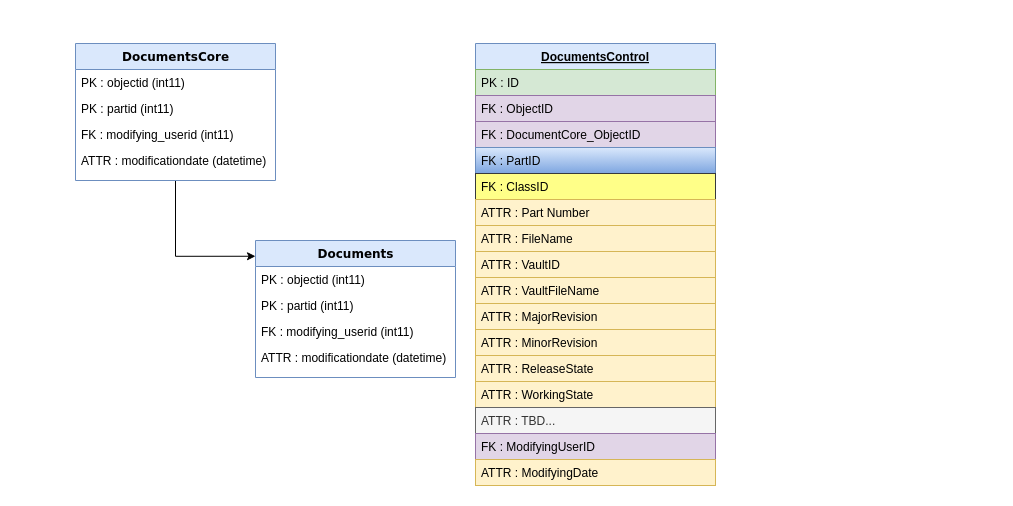
Above: page "Documents" (1 of 3) of DocumentControl.drawio in CatiaWidgets/Drawio (draw.io), before the change. Source tidied: cells renumbered, new cells numbered last; positions are measured from the earlier drawing's top-left corner, leaving out a move shared by most shapes. Both pictures are drawn from the tidied source at 100%, with x=0, y=0 at pixel (75, 43).
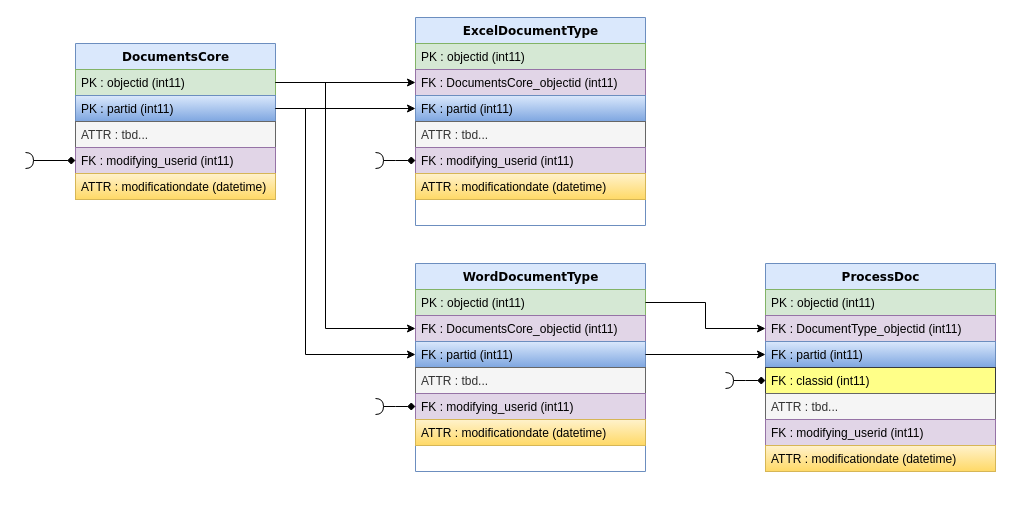
The same page after the edit.

What changed in the source:
```diff
@@
-    <mxCell id="2" style="edgeStyle=orthogonalEdgeStyle;rounded=0;jettySize=auto;html=1;entryX=0;entryY=0.115;entryDx=0;entryDy=0;entryPerimeter=0;" parent="1" edge="1" source="3" target="8">
-      <mxGeometry relative="1" as="geometry" />
-    </mxCell>
     <mxCell id="3" value="DocumentsCore" style="swimlane;html=1;fontStyle=1;align=center;verticalAlign=top;horizontal=1;startSize=26;swimlaneFillColor=#ffffff;rounded=0;shadow=0;comic=0;labelBackgroundColor=none;strokeWidth=1;fillColor=#dae8fc;fontFamily=Verdana;fontSize=12;strokeColor=#6c8ebf;" parent="1" vertex="1">
-      <mxGeometry width="200" height="137" as="geometry" />
+      <mxGeometry width="200" height="156" as="geometry" />
     </mxCell>
-    <mxCell id="4" value="PK : objectid (int11)" style="text;html=1;strokeColor=none;fillColor=none;align=left;verticalAlign=top;spacingLeft=4;spacingRight=4;whiteSpace=wrap;overflow=hidden;points=[[0,0.5],[1,0.5]];portConstraint=eastwest;" parent="3" vertex="1">
+    <mxCell id="4" value="PK : objectid (int11)" style="text;html=1;strokeColor=#82b366;fillColor=#d5e8d4;align=left;verticalAlign=top;spacingLeft=4;spacingRight=4;whiteSpace=wrap;overflow=hidden;points=[[0,0.5],[1,0.5]];portConstraint=eastwest;" parent="3" vertex="1">
       <mxGeometry y="26" width="200" height="26" as="geometry" />
     </mxCell>
-    <mxCell id="5" value="PK : partid (int11)" style="text;html=1;strokeColor=none;fillColor=none;align=left;verticalAlign=top;spacingLeft=4;spacingRight=4;whiteSpace=wrap;overflow=hidden;points=[[0,0.5],[1,0.5]];portConstraint=eastwest;" parent="3" vertex="1">
+    <mxCell id="5" value="PK : partid (int11)" style="text;html=1;strokeColor=#6c8ebf;fillColor=#dae8fc;align=left;verticalAlign=top;spacingLeft=4;spacingRight=4;whiteSpace=wrap;overflow=hidden;points=[[0,0.5],[1,0.5]];portConstraint=eastwest;gradientColor=#7ea6e0;" parent="3" vertex="1">
       <mxGeometry y="52" width="200" height="26" as="geometry" />
     </mxCell>
+    <mxCell id="30" value="ATTR : tbd... " style="text;align=left;verticalAlign=top;spacingLeft=4;spacingRight=4;overflow=hidden;fillColor=#f5f5f5;strokeColor=#666666;fontColor=#333333;" parent="3" vertex="1">
+      <mxGeometry y="78" width="200" height="26" as="geometry" />
+    </mxCell>
-    <mxCell id="6" value="FK : modifying_userid (int11)" style="text;html=1;strokeColor=none;fillColor=none;align=left;verticalAlign=top;spacingLeft=4;spacingRight=4;whiteSpace=wrap;overflow=hidden;points=[[0,0.5],[1,0.5]];portConstraint=eastwest;" parent="3" vertex="1">
-      <mxGeometry y="78" width="200" height="26" as="geometry" />
+    <mxCell id="6" value="FK : modifying_userid (int11)" style="text;html=1;strokeColor=#9673a6;fillColor=#e1d5e7;align=left;verticalAlign=top;spacingLeft=4;spacingRight=4;whiteSpace=wrap;overflow=hidden;points=[[0,0.5],[1,0.5]];portConstraint=eastwest;" parent="3" vertex="1">
+      <mxGeometry y="104" width="200" height="26" as="geometry" />
     </mxCell>
-    <mxCell id="7" value="ATTR : modificationdate (datetime)" style="text;html=1;strokeColor=none;fillColor=none;align=left;verticalAlign=top;spacingLeft=4;spacingRight=4;whiteSpace=wrap;overflow=hidden;" parent="3" vertex="1">
-      <mxGeometry y="104" width="200" height="26" as="geometry" />
+    <mxCell id="7" value="ATTR : modificationdate (datetime)" style="text;html=1;strokeColor=#d6b656;fillColor=#fff2cc;align=left;verticalAlign=top;spacingLeft=4;spacingRight=4;whiteSpace=wrap;overflow=hidden;gradientColor=#ffd966;" parent="3" vertex="1">
+      <mxGeometry y="130" width="200" height="26" as="geometry" />
     </mxCell>
-    <mxCell id="8" value="Documents" style="swimlane;html=1;fontStyle=1;align=center;verticalAlign=top;horizontal=1;startSize=26;swimlaneFillColor=#ffffff;rounded=0;shadow=0;comic=0;labelBackgroundColor=none;strokeWidth=1;fillColor=#dae8fc;fontFamily=Verdana;fontSize=12;strokeColor=#6c8ebf;" parent="1" vertex="1">
-      <mxGeometry x="180" y="197" width="200" height="137" as="geometry" />
-    </mxCell>
-    <mxCell id="9" value="PK : objectid (int11)" style="text;html=1;strokeColor=none;fillColor=none;align=left;verticalAlign=top;spacingLeft=4;spacingRight=4;whiteSpace=wrap;overflow=hidden;" parent="8" vertex="1">
-      <mxGeometry y="26" width="200" height="26" as="geometry" />
-    </mxCell>
-    <mxCell id="10" value="PK : partid (int11)" style="text;html=1;strokeColor=none;fillColor=none;align=left;verticalAlign=top;spacingLeft=4;spacingRight=4;whiteSpace=wrap;overflow=hidden;" parent="8" vertex="1">
-      <mxGeometry y="52" width="200" height="26" as="geometry" />
-    </mxCell>
-    <mxCell id="11" value="FK : modifying_userid (int11)" style="text;html=1;strokeColor=none;fillColor=none;align=left;verticalAlign=top;spacingLeft=4;spacingRight=4;whiteSpace=wrap;overflow=hidden;" parent="8" vertex="1">
-      <mxGeometry y="78" width="200" height="26" as="geometry" />
-    </mxCell>
-    <mxCell id="12" value="ATTR : modificationdate (datetime)" style="text;html=1;strokeColor=none;fillColor=none;align=left;verticalAlign=top;spacingLeft=4;spacingRight=4;whiteSpace=wrap;overflow=hidden;" parent="8" vertex="1">
-      <mxGeometry y="104" width="200" height="26" as="geometry" />
-    </mxCell>
-    <mxCell id="13" value="DocumentsControl" style="swimlane;fontStyle=5;horizontal=1;startSize=26;fillColor=#dae8fc;align=center;strokeColor=#6c8ebf;" parent="1" vertex="1">
-      <mxGeometry x="400" width="240" height="442" as="geometry" />
-    </mxCell>
-    <mxCell id="14" value="PK : ID" style="text;strokeColor=#82b366;fillColor=#d5e8d4;align=left;verticalAlign=top;spacingLeft=4;spacingRight=4;overflow=hidden;" parent="13" vertex="1">
-      <mxGeometry y="26" width="240" height="26" as="geometry" />
-    </mxCell>
-    <mxCell id="15" value="FK : ObjectID" style="text;strokeColor=#9673a6;fillColor=#e1d5e7;align=left;verticalAlign=top;spacingLeft=4;spacingRight=4;overflow=hidden;" parent="13" vertex="1">
-      <mxGeometry y="52" width="240" height="26" as="geometry" />
-    </mxCell>
-    <mxCell id="16" value="FK : DocumentCore_ObjectID" style="text;strokeColor=#9673a6;fillColor=#e1d5e7;align=left;verticalAlign=top;spacingLeft=4;spacingRight=4;overflow=hidden;" parent="13" vertex="1">
-      <mxGeometry y="78" width="240" height="26" as="geometry" />
-    </mxCell>
-    <mxCell id="17" value="FK : PartID" style="text;strokeColor=#6c8ebf;fillColor=#dae8fc;align=left;verticalAlign=top;spacingLeft=4;spacingRight=4;overflow=hidden;gradientColor=#7ea6e0;" parent="13" vertex="1">
-      <mxGeometry y="104" width="240" height="26" as="geometry" />
-    </mxCell>
-    <mxCell id="18" value="FK : ClassID" style="text;strokeColor=#36393d;fillColor=#ffff88;align=left;verticalAlign=top;spacingLeft=4;spacingRight=4;overflow=hidden;" parent="13" vertex="1">
-      <mxGeometry y="130" width="240" height="26" as="geometry" />
-    </mxCell>
-    <mxCell id="19" value="ATTR : Part Number" style="text;strokeColor=#d6b656;fillColor=#fff2cc;align=left;verticalAlign=top;spacingLeft=4;spacingRight=4;overflow=hidden;" parent="13" vertex="1">
-      <mxGeometry y="156" width="240" height="26" as="geometry" />
-    </mxCell>
-    <mxCell id="20" value="ATTR : FileName" style="text;strokeColor=#d6b656;fillColor=#fff2cc;align=left;verticalAlign=top;spacingLeft=4;spacingRight=4;overflow=hidden;" parent="13" vertex="1">
-      <mxGeometry y="182" width="240" height="26" as="geometry" />
-    </mxCell>
-    <mxCell id="21" value="ATTR : VaultID" style="text;strokeColor=#d6b656;fillColor=#fff2cc;align=left;verticalAlign=top;spacingLeft=4;spacingRight=4;overflow=hidden;" parent="13" vertex="1">
-      <mxGeometry y="208" width="240" height="26" as="geometry" />
-    </mxCell>
-    <mxCell id="22" value="ATTR : VaultFileName" style="text;strokeColor=#d6b656;fillColor=#fff2cc;align=left;verticalAlign=top;spacingLeft=4;spacingRight=4;overflow=hidden;" parent="13" vertex="1">
-      <mxGeometry y="234" width="240" height="26" as="geometry" />
-    </mxCell>
-    <mxCell id="23" value="ATTR : MajorRevision" style="text;strokeColor=#d6b656;fillColor=#fff2cc;align=left;verticalAlign=top;spacingLeft=4;spacingRight=4;overflow=hidden;" parent="13" vertex="1">
-      <mxGeometry y="260" width="240" height="26" as="geometry" />
-    </mxCell>
-    <mxCell id="24" value="ATTR : MinorRevision" style="text;strokeColor=#d6b656;fillColor=#fff2cc;align=left;verticalAlign=top;spacingLeft=4;spacingRight=4;overflow=hidden;" parent="13" vertex="1">
-      <mxGeometry y="286" width="240" height="26" as="geometry" />
-    </mxCell>
-    <mxCell id="25" value="ATTR : ReleaseState" style="text;strokeColor=#d6b656;fillColor=#fff2cc;align=left;verticalAlign=top;spacingLeft=4;spacingRight=4;overflow=hidden;" parent="13" vertex="1">
-      <mxGeometry y="312" width="240" height="26" as="geometry" />
-    </mxCell>
-    <mxCell id="26" value="ATTR : WorkingState" style="text;strokeColor=#d6b656;fillColor=#fff2cc;align=left;verticalAlign=top;spacingLeft=4;spacingRight=4;overflow=hidden;" parent="13" vertex="1">
-      <mxGeometry y="338" width="240" height="26" as="geometry" />
-    </mxCell>
-    <mxCell id="27" value="ATTR : TBD... " style="text;align=left;verticalAlign=top;spacingLeft=4;spacingRight=4;overflow=hidden;fillColor=#f5f5f5;strokeColor=#666666;fontColor=#333333;" parent="13" vertex="1">
-      <mxGeometry y="364" width="240" height="26" as="geometry" />
-    </mxCell>
-    <mxCell id="28" value="FK : ModifyingUserID" style="text;strokeColor=#9673a6;fillColor=#e1d5e7;align=left;verticalAlign=top;spacingLeft=4;spacingRight=4;overflow=hidden;" parent="13" vertex="1">
-      <mxGeometry y="390" width="240" height="26" as="geometry" />
-    </mxCell>
-    <mxCell id="29" value="ATTR : ModifyingDate " style="text;strokeColor=#d6b656;fillColor=#fff2cc;align=left;verticalAlign=top;spacingLeft=4;spacingRight=4;overflow=hidden;" parent="13" vertex="1">
-      <mxGeometry y="416" width="240" height="26" as="geometry" />
-    </mxCell>
+    <mxCell id="31" value="WordDocumentType" style="swimlane;html=1;fontStyle=1;align=center;verticalAlign=top;horizontal=1;startSize=26;swimlaneFillColor=#ffffff;rounded=0;shadow=0;comic=0;labelBackgroundColor=none;strokeWidth=1;fillColor=#dae8fc;fontFamily=Verdana;fontSize=12;strokeColor=#6c8ebf;" parent="1" vertex="1">
+      <mxGeometry x="340" y="220" width="230" height="208" as="geometry" />
+    </mxCell>
+    <mxCell id="32" value="PK : objectid (int11)" style="text;html=1;strokeColor=#82b366;fillColor=#d5e8d4;align=left;verticalAlign=top;spacingLeft=4;spacingRight=4;whiteSpace=wrap;overflow=hidden;points=[[0,0.5],[1,0.5]];portConstraint=eastwest;" parent="31" vertex="1">
+      <mxGeometry y="26" width="230" height="26" as="geometry" />
+    </mxCell>
+    <mxCell id="33" value="FK : DocumentsCore_objectid (int11)" style="text;html=1;strokeColor=#9673a6;fillColor=#e1d5e7;align=left;verticalAlign=top;spacingLeft=4;spacingRight=4;whiteSpace=wrap;overflow=hidden;points=[[0,0.5],[1,0.5]];portConstraint=eastwest;" parent="31" vertex="1">
+      <mxGeometry y="52" width="230" height="26" as="geometry" />
+    </mxCell>
+    <mxCell id="34" value="FK : partid (int11)" style="text;html=1;strokeColor=#6c8ebf;fillColor=#dae8fc;align=left;verticalAlign=top;spacingLeft=4;spacingRight=4;whiteSpace=wrap;overflow=hidden;points=[[0,0.5],[1,0.5]];portConstraint=eastwest;gradientColor=#7ea6e0;" parent="31" vertex="1">
+      <mxGeometry y="78" width="230" height="26" as="geometry" />
+    </mxCell>
+    <mxCell id="35" value="ATTR : tbd... " style="text;align=left;verticalAlign=top;spacingLeft=4;spacingRight=4;overflow=hidden;fillColor=#f5f5f5;strokeColor=#666666;fontColor=#333333;" parent="31" vertex="1">
+      <mxGeometry y="104" width="230" height="26" as="geometry" />
+    </mxCell>
+    <mxCell id="36" value="FK : modifying_userid (int11)" style="text;html=1;strokeColor=#9673a6;fillColor=#e1d5e7;align=left;verticalAlign=top;spacingLeft=4;spacingRight=4;whiteSpace=wrap;overflow=hidden;points=[[0,0.5],[1,0.5]];portConstraint=eastwest;" parent="31" vertex="1">
+      <mxGeometry y="130" width="230" height="26" as="geometry" />
+    </mxCell>
+    <mxCell id="37" value="ATTR : modificationdate (datetime)" style="text;html=1;strokeColor=#d6b656;fillColor=#fff2cc;align=left;verticalAlign=top;spacingLeft=4;spacingRight=4;whiteSpace=wrap;overflow=hidden;gradientColor=#ffd966;" parent="31" vertex="1">
+      <mxGeometry y="156" width="230" height="26" as="geometry" />
+    </mxCell>
+    <mxCell id="38" style="edgeStyle=orthogonalEdgeStyle;rounded=0;jettySize=auto;html=1;entryX=0;entryY=0.5;entryDx=0;entryDy=0;" parent="1" edge="1" source="5" target="34">
+      <mxGeometry relative="1" as="geometry">
+        <Array as="points">
+          <mxPoint x="230" y="65" />
+          <mxPoint x="230" y="311" />
+        </Array>
+      </mxGeometry>
+    </mxCell>
+    <mxCell id="39" style="edgeStyle=orthogonalEdgeStyle;rounded=0;jettySize=auto;html=1;entryX=0;entryY=0.5;entryDx=0;entryDy=0;" parent="1" edge="1" source="4" target="33">
+      <mxGeometry relative="1" as="geometry">
+        <Array as="points">
+          <mxPoint x="250" y="39" />
+          <mxPoint x="250" y="285" />
+        </Array>
+      </mxGeometry>
+    </mxCell>
+    <mxCell id="40" style="edgeStyle=orthogonalEdgeStyle;rounded=0;jettySize=auto;html=1;startArrow=diamond;startFill=1;endArrow=halfCircle;endFill=0;" parent="1" edge="1" source="6">
+      <mxGeometry relative="1" as="geometry">
+        <mxPoint x="-50" y="117" as="targetPoint" />
+      </mxGeometry>
+    </mxCell>
+    <mxCell id="41" style="edgeStyle=orthogonalEdgeStyle;rounded=0;jettySize=auto;html=1;startArrow=diamond;startFill=1;endArrow=halfCircle;endFill=0;" parent="1" edge="1" source="36">
+      <mxGeometry relative="1" as="geometry">
+        <mxPoint x="300" y="363" as="targetPoint" />
+      </mxGeometry>
+    </mxCell>
+    <mxCell id="42" value="ExcelDocumentType" style="swimlane;html=1;fontStyle=1;align=center;verticalAlign=top;horizontal=1;startSize=26;swimlaneFillColor=#ffffff;rounded=0;shadow=0;comic=0;labelBackgroundColor=none;strokeWidth=1;fillColor=#dae8fc;fontFamily=Verdana;fontSize=12;strokeColor=#6c8ebf;" parent="1" vertex="1">
+      <mxGeometry x="340" y="-26" width="230" height="208" as="geometry" />
+    </mxCell>
+    <mxCell id="43" value="PK : objectid (int11)" style="text;html=1;strokeColor=#82b366;fillColor=#d5e8d4;align=left;verticalAlign=top;spacingLeft=4;spacingRight=4;whiteSpace=wrap;overflow=hidden;" parent="42" vertex="1">
+      <mxGeometry y="26" width="230" height="26" as="geometry" />
+    </mxCell>
+    <mxCell id="44" value="FK : DocumentsCore_objectid (int11)" style="text;html=1;strokeColor=#9673a6;fillColor=#e1d5e7;align=left;verticalAlign=top;spacingLeft=4;spacingRight=4;whiteSpace=wrap;overflow=hidden;points=[[0,0.5],[1,0.5]];portConstraint=eastwest;" parent="42" vertex="1">
+      <mxGeometry y="52" width="230" height="26" as="geometry" />
+    </mxCell>
+    <mxCell id="45" value="FK : partid (int11)" style="text;html=1;strokeColor=#6c8ebf;fillColor=#dae8fc;align=left;verticalAlign=top;spacingLeft=4;spacingRight=4;whiteSpace=wrap;overflow=hidden;points=[[0,0.5],[1,0.5]];portConstraint=eastwest;gradientColor=#7ea6e0;" parent="42" vertex="1">
+      <mxGeometry y="78" width="230" height="26" as="geometry" />
+    </mxCell>
+    <mxCell id="46" value="ATTR : tbd... " style="text;align=left;verticalAlign=top;spacingLeft=4;spacingRight=4;overflow=hidden;fillColor=#f5f5f5;strokeColor=#666666;fontColor=#333333;" parent="42" vertex="1">
+      <mxGeometry y="104" width="230" height="26" as="geometry" />
+    </mxCell>
+    <mxCell id="47" value="FK : modifying_userid (int11)" style="text;html=1;strokeColor=#9673a6;fillColor=#e1d5e7;align=left;verticalAlign=top;spacingLeft=4;spacingRight=4;whiteSpace=wrap;overflow=hidden;points=[[0,0.5],[1,0.5]];portConstraint=eastwest;" parent="42" vertex="1">
+      <mxGeometry y="130" width="230" height="26" as="geometry" />
+    </mxCell>
+    <mxCell id="48" value="ATTR : modificationdate (datetime)" style="text;html=1;strokeColor=#d6b656;fillColor=#fff2cc;align=left;verticalAlign=top;spacingLeft=4;spacingRight=4;whiteSpace=wrap;overflow=hidden;gradientColor=#ffd966;" parent="42" vertex="1">
+      <mxGeometry y="156" width="230" height="26" as="geometry" />
+    </mxCell>
+    <mxCell id="49" style="edgeStyle=orthogonalEdgeStyle;rounded=0;jettySize=auto;html=1;startArrow=diamond;startFill=1;endArrow=halfCircle;endFill=0;" parent="1" edge="1" source="47">
+      <mxGeometry relative="1" as="geometry">
+        <mxPoint x="300" y="117" as="targetPoint" />
+      </mxGeometry>
+    </mxCell>
+    <mxCell id="50" style="edgeStyle=orthogonalEdgeStyle;rounded=0;jettySize=auto;html=1;entryX=0;entryY=0.5;entryDx=0;entryDy=0;startArrow=none;startFill=0;endArrow=classic;endFill=1;" parent="1" edge="1" source="4" target="44">
+      <mxGeometry relative="1" as="geometry" />
+    </mxCell>
+    <mxCell id="51" style="edgeStyle=orthogonalEdgeStyle;rounded=0;jettySize=auto;html=1;entryX=0;entryY=0.5;entryDx=0;entryDy=0;startArrow=none;startFill=0;endArrow=classic;endFill=1;" parent="1" edge="1" source="5" target="45">
+      <mxGeometry relative="1" as="geometry" />
+    </mxCell>
+    <mxCell id="52" value="ProcessDoc" style="swimlane;html=1;fontStyle=1;align=center;verticalAlign=top;horizontal=1;startSize=26;swimlaneFillColor=#ffffff;rounded=0;shadow=0;comic=0;labelBackgroundColor=none;strokeWidth=1;fillColor=#dae8fc;fontFamily=Verdana;fontSize=12;strokeColor=#6c8ebf;" parent="1" vertex="1">
+      <mxGeometry x="690" y="220" width="230" height="208" as="geometry" />
+    </mxCell>
+    <mxCell id="53" value="PK : objectid (int11)" style="text;html=1;strokeColor=#82b366;fillColor=#d5e8d4;align=left;verticalAlign=top;spacingLeft=4;spacingRight=4;whiteSpace=wrap;overflow=hidden;" parent="52" vertex="1">
+      <mxGeometry y="26" width="230" height="26" as="geometry" />
+    </mxCell>
+    <mxCell id="54" value="FK : DocumentType_objectid (int11)" style="text;html=1;strokeColor=#9673a6;fillColor=#e1d5e7;align=left;verticalAlign=top;spacingLeft=4;spacingRight=4;whiteSpace=wrap;overflow=hidden;points=[[0,0.5],[1,0.5]];portConstraint=eastwest;" parent="52" vertex="1">
+      <mxGeometry y="52" width="230" height="26" as="geometry" />
+    </mxCell>
+    <mxCell id="55" value="FK : partid (int11)" style="text;html=1;strokeColor=#6c8ebf;fillColor=#dae8fc;align=left;verticalAlign=top;spacingLeft=4;spacingRight=4;whiteSpace=wrap;overflow=hidden;points=[[0,0.5],[1,0.5]];portConstraint=eastwest;gradientColor=#7ea6e0;" parent="52" vertex="1">
+      <mxGeometry y="78" width="230" height="26" as="geometry" />
+    </mxCell>
+    <mxCell id="56" value="FK : classid (int11) " style="text;align=left;verticalAlign=top;spacingLeft=4;spacingRight=4;overflow=hidden;points=[[0,0.5],[1,0.5]];portConstraint=eastwest;fillColor=#ffff88;strokeColor=#36393d;" parent="52" vertex="1">
+      <mxGeometry y="104" width="230" height="26" as="geometry" />
+    </mxCell>
+    <mxCell id="57" value="ATTR : tbd... " style="text;align=left;verticalAlign=top;spacingLeft=4;spacingRight=4;overflow=hidden;fillColor=#f5f5f5;strokeColor=#666666;fontColor=#333333;" parent="52" vertex="1">
+      <mxGeometry y="130" width="230" height="26" as="geometry" />
+    </mxCell>
+    <mxCell id="58" value="FK : modifying_userid (int11)" style="text;html=1;strokeColor=#9673a6;fillColor=#e1d5e7;align=left;verticalAlign=top;spacingLeft=4;spacingRight=4;whiteSpace=wrap;overflow=hidden;" parent="52" vertex="1">
+      <mxGeometry y="156" width="230" height="26" as="geometry" />
+    </mxCell>
+    <mxCell id="59" value="ATTR : modificationdate (datetime)" style="text;html=1;strokeColor=#d6b656;fillColor=#fff2cc;align=left;verticalAlign=top;spacingLeft=4;spacingRight=4;whiteSpace=wrap;overflow=hidden;gradientColor=#ffd966;" parent="52" vertex="1">
+      <mxGeometry y="182" width="230" height="26" as="geometry" />
+    </mxCell>
+    <mxCell id="60" style="edgeStyle=orthogonalEdgeStyle;rounded=0;jettySize=auto;html=1;entryX=0;entryY=0.5;entryDx=0;entryDy=0;startArrow=none;startFill=0;endArrow=classic;endFill=1;" parent="1" edge="1" source="32" target="54">
+      <mxGeometry relative="1" as="geometry" />
+    </mxCell>
+    <mxCell id="61" style="edgeStyle=orthogonalEdgeStyle;rounded=0;jettySize=auto;html=1;entryX=0;entryY=0.5;entryDx=0;entryDy=0;startArrow=none;startFill=0;endArrow=classic;endFill=1;" parent="1" edge="1" source="34" target="55">
+      <mxGeometry relative="1" as="geometry" />
+    </mxCell>
+    <mxCell id="62" style="edgeStyle=orthogonalEdgeStyle;rounded=0;jettySize=auto;html=1;startArrow=diamond;startFill=1;endArrow=halfCircle;endFill=0;exitX=0;exitY=0.5;exitDx=0;exitDy=0;" parent="1" edge="1" source="56">
+      <mxGeometry relative="1" as="geometry">
+        <mxPoint x="650" y="337" as="targetPoint" />
+      </mxGeometry>
+    </mxCell>
```
